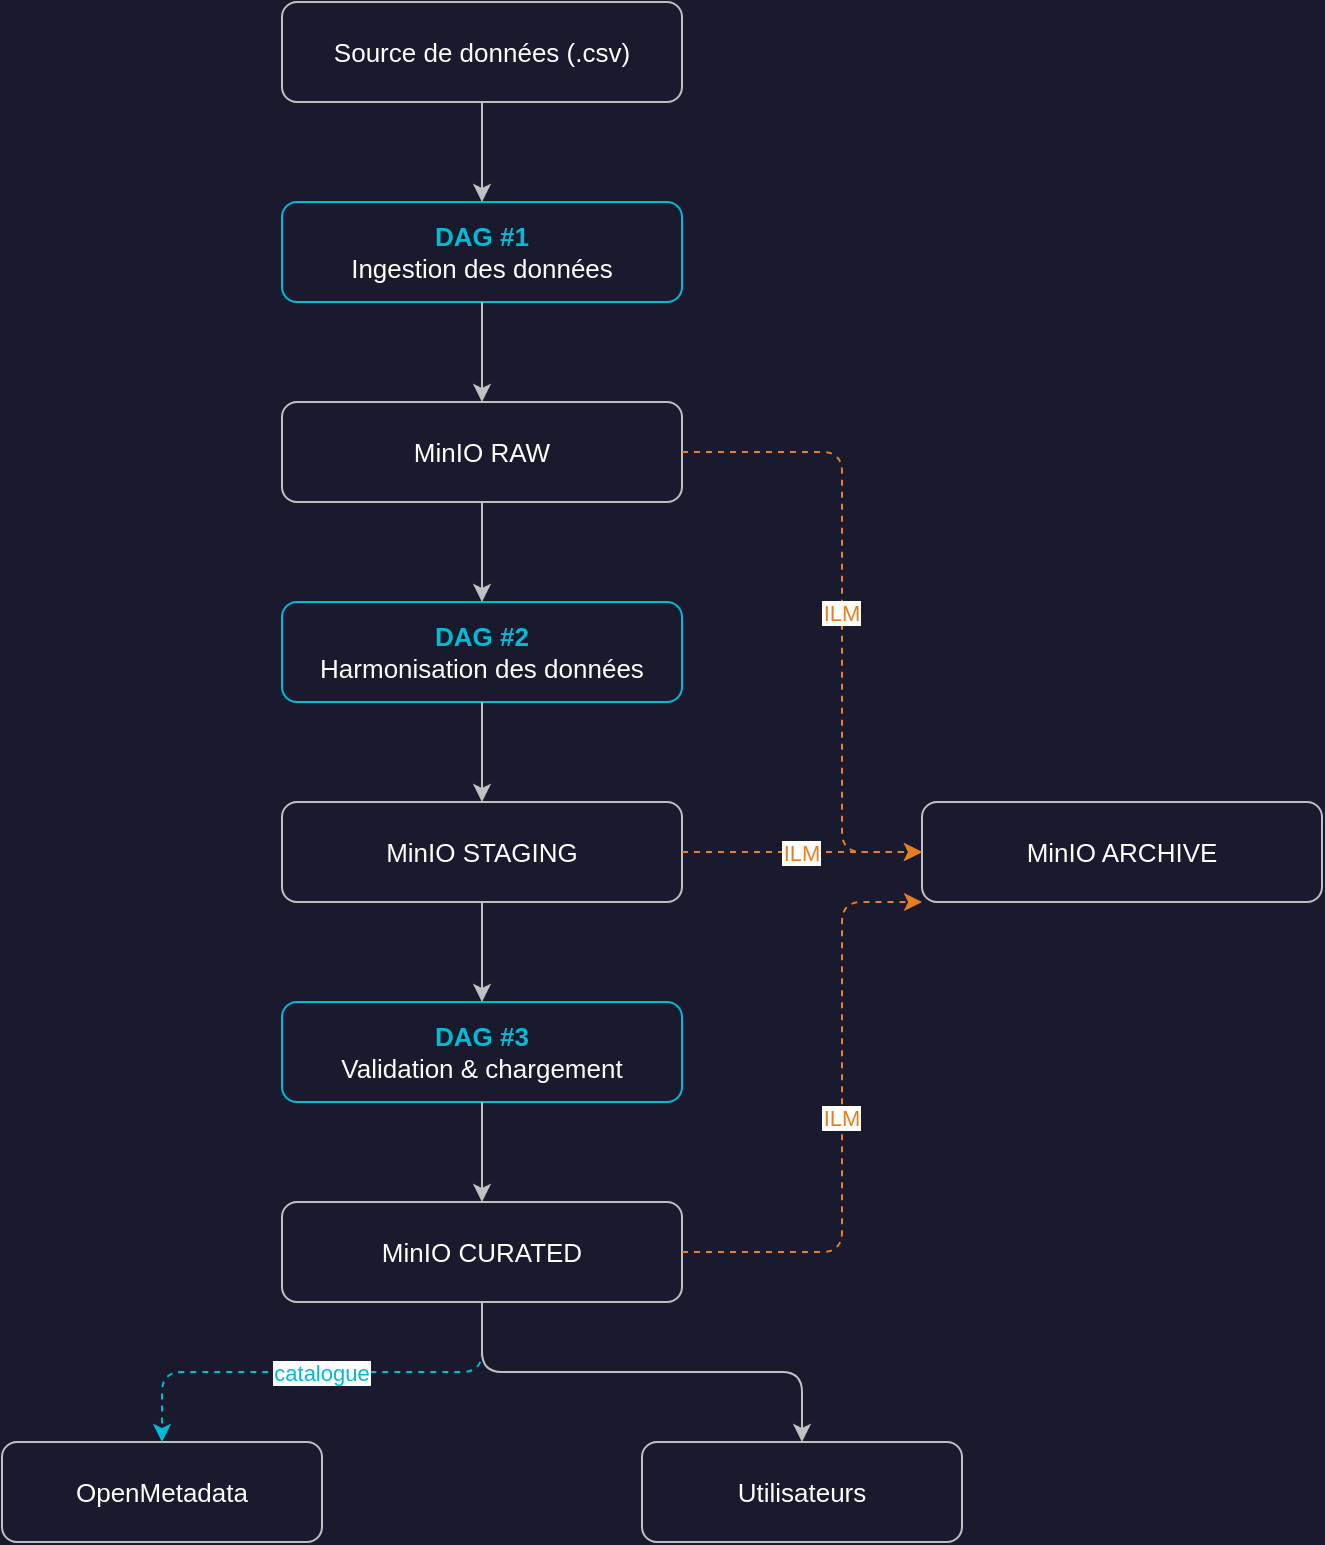
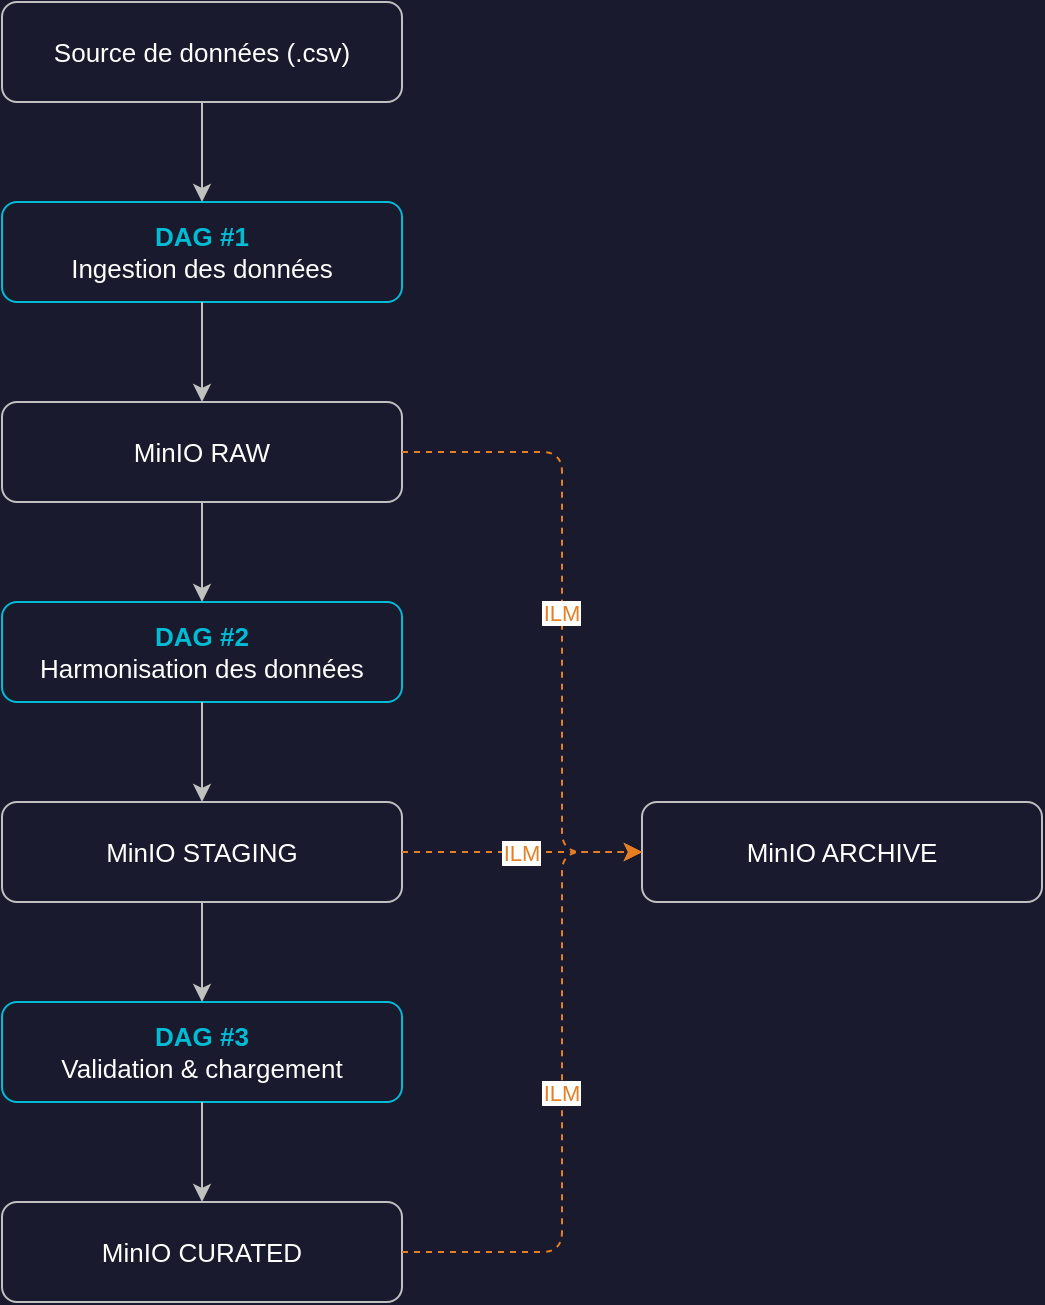
- <mxfile host="app.diagrams.net" modified="2025-06-04" version="21.0.0">
-   <diagram name="Architecture Data Lake">
-     <mxGraphModel dx="1200" dy="800" grid="0" gridSize="10" guides="1" tooltips="1" connect="1" arrows="1" fold="1" page="0" pageScale="1" pageWidth="900" pageHeight="1200" math="0" shadow="0" background="#1a1a2e">
+ <mxfile host="app.diagrams.net">
+   <diagram name="Architecture Data Lake" id="0">
+     <mxGraphModel dx="1290" dy="785" grid="0" gridSize="10" guides="1" tooltips="1" connect="1" arrows="1" fold="1" page="0" pageScale="1" pageWidth="900" pageHeight="1200" background="#1a1a2e" math="0" shadow="0">
      <root>
        <mxCell id="0" />
        <mxCell id="1" parent="0" />
- 
-         <!-- Source CSV -->
-         <mxCell id="10" value="Source de données (.csv)" style="rounded=1;whiteSpace=wrap;html=1;fillColor=#1a1a2e;strokeColor=#c0c0c0;fontColor=#ffffff;fontSize=13;" vertex="1" parent="1">
-           <mxGeometry x="300" y="40" width="200" height="50" as="geometry" />
+         <mxCell id="10" parent="1" style="rounded=1;whiteSpace=wrap;html=1;fillColor=#1a1a2e;strokeColor=#c0c0c0;fontColor=#ffffff;fontSize=13;" value="Source de données (.csv)" vertex="1">
+           <mxGeometry height="50" width="200" x="300" y="40" as="geometry" />
        </mxCell>
- 
-         <!-- DAG #1 -->
-         <mxCell id="20" value="&lt;b&gt;&lt;font color='#00bcd4'&gt;DAG #1&lt;/font&gt;&lt;/b&gt;&lt;br&gt;Ingestion des données" style="rounded=1;whiteSpace=wrap;html=1;fillColor=#1a1a2e;strokeColor=#00bcd4;fontColor=#ffffff;fontSize=13;" vertex="1" parent="1">
-           <mxGeometry x="300" y="140" width="200" height="50" as="geometry" />
+         <mxCell id="20" parent="1" style="rounded=1;whiteSpace=wrap;html=1;fillColor=#1a1a2e;strokeColor=#00bcd4;fontColor=#ffffff;fontSize=13;" value="&lt;b&gt;&lt;font color=&#39;#00bcd4&#39;&gt;DAG #1&lt;/font&gt;&lt;/b&gt;&lt;br&gt;Ingestion des données" vertex="1">
+           <mxGeometry height="50" width="200" x="300" y="140" as="geometry" />
        </mxCell>
- 
-         <!-- MinIO RAW -->
-         <mxCell id="30" value="MinIO RAW" style="rounded=1;whiteSpace=wrap;html=1;fillColor=#1a1a2e;strokeColor=#c0c0c0;fontColor=#ffffff;fontSize=13;" vertex="1" parent="1">
-           <mxGeometry x="300" y="240" width="200" height="50" as="geometry" />
+         <mxCell id="30" parent="1" style="rounded=1;whiteSpace=wrap;html=1;fillColor=#1a1a2e;strokeColor=#c0c0c0;fontColor=#ffffff;fontSize=13;" value="MinIO RAW" vertex="1">
+           <mxGeometry height="50" width="200" x="300" y="240" as="geometry" />
        </mxCell>
- 
-         <!-- DAG #2 -->
-         <mxCell id="40" value="&lt;b&gt;&lt;font color='#00bcd4'&gt;DAG #2&lt;/font&gt;&lt;/b&gt;&lt;br&gt;Harmonisation des données" style="rounded=1;whiteSpace=wrap;html=1;fillColor=#1a1a2e;strokeColor=#00bcd4;fontColor=#ffffff;fontSize=13;" vertex="1" parent="1">
-           <mxGeometry x="300" y="340" width="200" height="50" as="geometry" />
+         <mxCell id="40" parent="1" style="rounded=1;whiteSpace=wrap;html=1;fillColor=#1a1a2e;strokeColor=#00bcd4;fontColor=#ffffff;fontSize=13;" value="&lt;b&gt;&lt;font color=&#39;#00bcd4&#39;&gt;DAG #2&lt;/font&gt;&lt;/b&gt;&lt;br&gt;Harmonisation des données" vertex="1">
+           <mxGeometry height="50" width="200" x="300" y="340" as="geometry" />
        </mxCell>
- 
-         <!-- MinIO STAGING -->
-         <mxCell id="50" value="MinIO STAGING" style="rounded=1;whiteSpace=wrap;html=1;fillColor=#1a1a2e;strokeColor=#c0c0c0;fontColor=#ffffff;fontSize=13;" vertex="1" parent="1">
-           <mxGeometry x="300" y="440" width="200" height="50" as="geometry" />
+         <mxCell id="50" parent="1" style="rounded=1;whiteSpace=wrap;html=1;fillColor=#1a1a2e;strokeColor=#c0c0c0;fontColor=#ffffff;fontSize=13;" value="MinIO STAGING" vertex="1">
+           <mxGeometry height="50" width="200" x="300" y="440" as="geometry" />
        </mxCell>
- 
-         <!-- DAG #3 -->
-         <mxCell id="60" value="&lt;b&gt;&lt;font color='#00bcd4'&gt;DAG #3&lt;/font&gt;&lt;/b&gt;&lt;br&gt;Validation &amp; chargement" style="rounded=1;whiteSpace=wrap;html=1;fillColor=#1a1a2e;strokeColor=#00bcd4;fontColor=#ffffff;fontSize=13;" vertex="1" parent="1">
-           <mxGeometry x="300" y="540" width="200" height="50" as="geometry" />
+         <mxCell id="60" parent="1" style="rounded=1;whiteSpace=wrap;html=1;fillColor=#1a1a2e;strokeColor=#00bcd4;fontColor=#ffffff;fontSize=13;" value="&lt;b&gt;&lt;font color=&#39;#00bcd4&#39;&gt;DAG #3&lt;/font&gt;&lt;/b&gt;&lt;br&gt;Validation &amp; chargement" vertex="1">
+           <mxGeometry height="50" width="200" x="300" y="540" as="geometry" />
        </mxCell>
- 
-         <!-- MinIO CURATED -->
-         <mxCell id="70" value="MinIO CURATED" style="rounded=1;whiteSpace=wrap;html=1;fillColor=#1a1a2e;strokeColor=#c0c0c0;fontColor=#ffffff;fontSize=13;" vertex="1" parent="1">
-           <mxGeometry x="300" y="640" width="200" height="50" as="geometry" />
+         <mxCell id="70" parent="1" style="rounded=1;whiteSpace=wrap;html=1;fillColor=#1a1a2e;strokeColor=#c0c0c0;fontColor=#ffffff;fontSize=13;" value="MinIO CURATED" vertex="1">
+           <mxGeometry height="50" width="200" x="300" y="640" as="geometry" />
        </mxCell>
- 
-         <!-- MinIO ARCHIVE -->
-         <mxCell id="80" value="MinIO ARCHIVE" style="rounded=1;whiteSpace=wrap;html=1;fillColor=#1a1a2e;strokeColor=#c0c0c0;fontColor=#ffffff;fontSize=13;" vertex="1" parent="1">
-           <mxGeometry x="620" y="440" width="200" height="50" as="geometry" />
+         <mxCell id="80" parent="1" style="rounded=1;whiteSpace=wrap;html=1;fillColor=#1a1a2e;strokeColor=#c0c0c0;fontColor=#ffffff;fontSize=13;" value="MinIO ARCHIVE" vertex="1">
+           <mxGeometry height="50" width="200" x="620" y="440" as="geometry" />
        </mxCell>
- 
-         <!-- OpenMetadata -->
-         <mxCell id="90" value="OpenMetadata" style="rounded=1;whiteSpace=wrap;html=1;fillColor=#1a1a2e;strokeColor=#c0c0c0;fontColor=#ffffff;fontSize=13;" vertex="1" parent="1">
-           <mxGeometry x="160" y="760" width="160" height="50" as="geometry" />
-         </mxCell>
- 
-         <!-- Utilisateurs -->
-         <mxCell id="100" value="Utilisateurs" style="rounded=1;whiteSpace=wrap;html=1;fillColor=#1a1a2e;strokeColor=#c0c0c0;fontColor=#ffffff;fontSize=13;" vertex="1" parent="1">
-           <mxGeometry x="480" y="760" width="160" height="50" as="geometry" />
-         </mxCell>
- 
-         <!-- Flèches principales -->
-         <mxCell id="e1" style="edgeStyle=orthogonalEdgeStyle;strokeColor=#c0c0c0;fontColor=#ffffff;" edge="1" source="10" target="20" parent="1">
+         <mxCell id="e1" edge="1" parent="1" source="10" style="edgeStyle=orthogonalEdgeStyle;strokeColor=#c0c0c0;fontColor=#ffffff;" target="20">
          <mxGeometry relative="1" as="geometry" />
        </mxCell>
-         <mxCell id="e2" style="edgeStyle=orthogonalEdgeStyle;strokeColor=#c0c0c0;fontColor=#ffffff;" edge="1" source="20" target="30" parent="1">
+         <mxCell id="e2" edge="1" parent="1" source="20" style="edgeStyle=orthogonalEdgeStyle;strokeColor=#c0c0c0;fontColor=#ffffff;" target="30">
          <mxGeometry relative="1" as="geometry" />
        </mxCell>
-         <mxCell id="e3" style="edgeStyle=orthogonalEdgeStyle;strokeColor=#c0c0c0;fontColor=#ffffff;" edge="1" source="30" target="40" parent="1">
+         <mxCell id="e3" edge="1" parent="1" source="30" style="edgeStyle=orthogonalEdgeStyle;strokeColor=#c0c0c0;fontColor=#ffffff;" target="40">
          <mxGeometry relative="1" as="geometry" />
        </mxCell>
-         <mxCell id="e4" style="edgeStyle=orthogonalEdgeStyle;strokeColor=#c0c0c0;fontColor=#ffffff;" edge="1" source="40" target="50" parent="1">
+         <mxCell id="e4" edge="1" parent="1" source="40" style="edgeStyle=orthogonalEdgeStyle;strokeColor=#c0c0c0;fontColor=#ffffff;" target="50">
          <mxGeometry relative="1" as="geometry" />
        </mxCell>
-         <mxCell id="e5" style="edgeStyle=orthogonalEdgeStyle;strokeColor=#c0c0c0;fontColor=#ffffff;" edge="1" source="50" target="60" parent="1">
+         <mxCell id="e5" edge="1" parent="1" source="50" style="edgeStyle=orthogonalEdgeStyle;strokeColor=#c0c0c0;fontColor=#ffffff;" target="60">
          <mxGeometry relative="1" as="geometry" />
        </mxCell>
-         <mxCell id="e6" style="edgeStyle=orthogonalEdgeStyle;strokeColor=#c0c0c0;fontColor=#ffffff;" edge="1" source="60" target="70" parent="1">
+         <mxCell id="e6" edge="1" parent="1" source="60" style="edgeStyle=orthogonalEdgeStyle;strokeColor=#c0c0c0;fontColor=#ffffff;" target="70">
          <mxGeometry relative="1" as="geometry" />
        </mxCell>
- 
-         <!-- ILM RAW → ARCHIVE -->
-         <mxCell id="e7" value="ILM" style="edgeStyle=orthogonalEdgeStyle;strokeColor=#e67e22;fontColor=#e67e22;dashed=1;exitX=1;exitY=0.5;exitDx=0;exitDy=0;" edge="1" source="30" target="80" parent="1">
+         <mxCell id="e7" edge="1" parent="1" source="30" style="edgeStyle=orthogonalEdgeStyle;strokeColor=#e67e22;fontColor=#e67e22;dashed=1;exitX=1;exitY=0.5;exitDx=0;exitDy=0;" target="80" value="ILM">
          <mxGeometry relative="1" as="geometry">
            <Array as="points">
              <mxPoint x="580" y="265" />
              <mxPoint x="580" y="465" />
            </Array>
          </mxGeometry>
        </mxCell>
- 
-         <!-- ILM STAGING → ARCHIVE -->
-         <mxCell id="e8" value="ILM" style="edgeStyle=orthogonalEdgeStyle;strokeColor=#e67e22;fontColor=#e67e22;dashed=1;exitX=1;exitY=0.5;exitDx=0;exitDy=0;" edge="1" source="50" target="80" parent="1">
+         <mxCell id="e8" edge="1" parent="1" source="50" style="edgeStyle=orthogonalEdgeStyle;strokeColor=#e67e22;fontColor=#e67e22;dashed=1;exitX=1;exitY=0.5;exitDx=0;exitDy=0;" target="80" value="ILM">
          <mxGeometry relative="1" as="geometry">
            <Array as="points">
              <mxPoint x="560" y="465" />
            </Array>
          </mxGeometry>
        </mxCell>
- 
-         <!-- ILM CURATED → ARCHIVE -->
-         <mxCell id="e9" value="ILM" style="edgeStyle=orthogonalEdgeStyle;strokeColor=#e67e22;fontColor=#e67e22;dashed=1;exitX=1;exitY=0.5;exitDx=0;exitDy=0;" edge="1" source="70" target="80" parent="1">
+         <mxCell id="e9" edge="1" parent="1" source="70" style="edgeStyle=orthogonalEdgeStyle;strokeColor=#e67e22;fontColor=#e67e22;dashed=1;exitX=1;exitY=0.5;exitDx=0;exitDy=0;entryX=0;entryY=0.5;entryDx=0;entryDy=0;" target="80" value="ILM">
          <mxGeometry relative="1" as="geometry">
            <Array as="points">
              <mxPoint x="580" y="665" />
-               <mxPoint x="580" y="490" />
+               <mxPoint x="580" y="465" />
            </Array>
          </mxGeometry>
        </mxCell>
- 
-         <!-- CURATED → OpenMetadata (catalogue) -->
-         <mxCell id="e10" value="catalogue" style="edgeStyle=orthogonalEdgeStyle;strokeColor=#00bcd4;fontColor=#00bcd4;dashed=1;" edge="1" source="70" target="90" parent="1">
-           <mxGeometry relative="1" as="geometry" />
-         </mxCell>
- 
-         <!-- CURATED → Utilisateurs -->
-         <mxCell id="e11" style="edgeStyle=orthogonalEdgeStyle;strokeColor=#c0c0c0;fontColor=#ffffff;" edge="1" source="70" target="100" parent="1">
-           <mxGeometry relative="1" as="geometry" />
-         </mxCell>
- 
      </root>
    </mxGraphModel>
  </diagram>
</mxfile>
